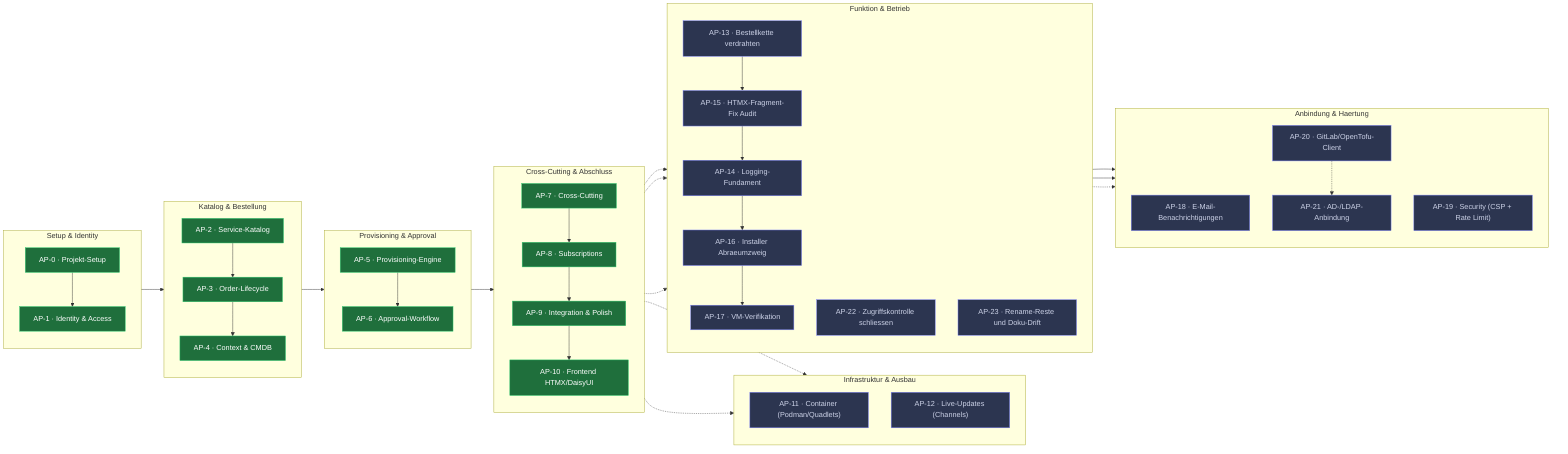
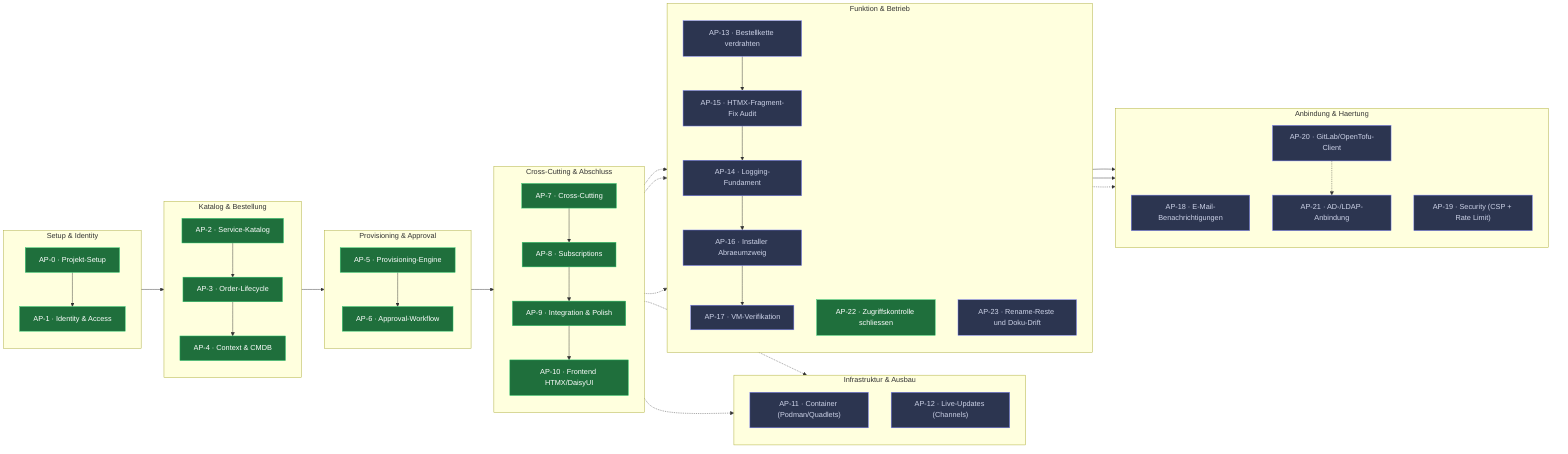
flowchart LR
    classDef done fill:#1f6f3c,stroke:#2ecc71,color:#ffffff;
    classDef wip  fill:#7a5c00,stroke:#f1c40f,color:#ffffff;
    classDef plan fill:#2c3550,stroke:#7c83ff,color:#cdd3e8;

    subgraph SETUP["Setup & Identity"]
        direction TB
        AP0["AP-0 · Projekt-Setup"]:::done
        AP1["AP-1 · Identity & Access"]:::done
    end
    subgraph CORE["Katalog & Bestellung"]
        direction TB
        AP2["AP-2 · Service-Katalog"]:::done
        AP3["AP-3 · Order-Lifecycle"]:::done
        AP4["AP-4 · Context & CMDB"]:::done
    end
    subgraph FLOW["Provisioning & Approval"]
        direction TB
        AP5["AP-5 · Provisioning-Engine"]:::done
        AP6["AP-6 · Approval-Workflow"]:::done
    end
    subgraph CROSS["Cross-Cutting & Abschluss"]
        direction TB
        AP7["AP-7 · Cross-Cutting"]:::done
        AP8["AP-8 · Subscriptions"]:::done
        AP9["AP-9 · Integration & Polish"]:::done
        AP10["AP-10 · Frontend HTMX/DaisyUI"]:::done
    end
    subgraph INFRA["Infrastruktur & Ausbau"]
        direction TB
        AP11["AP-11 · Container (Podman/Quadlets)"]:::plan
        AP12["AP-12 · Live-Updates (Channels)"]:::plan
    end
    subgraph FIX["Funktion & Betrieb"]
        direction TB
        AP13["AP-13 · Bestellkette verdrahten"]:::plan
        AP15["AP-15 · HTMX-Fragment-Fix Audit"]:::plan
        AP14["AP-14 · Logging-Fundament"]:::plan
        AP16["AP-16 · Installer Abraeumzweig"]:::plan
        AP17["AP-17 · VM-Verifikation"]:::plan
    end
    subgraph EXT["Anbindung & Haertung"]
        direction TB
        AP18["AP-18 · E-Mail-Benachrichtigungen"]:::plan
        AP19["AP-19 · Security (CSP + Rate Limit)"]:::plan
        AP20["AP-20 · GitLab/OpenTofu-Client"]:::plan
        AP21["AP-21 · AD-/LDAP-Anbindung"]:::plan
    end
    subgraph FIX["Korrekturen aus dem Code-Abgleich"]
        direction TB
-         AP22["AP-22 · Zugriffskontrolle schliessen"]:::plan
+         AP22["AP-22 · Zugriffskontrolle schliessen"]:::done
        AP23["AP-23 · Rename-Reste und Doku-Drift"]:::plan
    end

    AP0 --> AP1 --> AP2 --> AP3 --> AP4
    AP4 --> AP5 --> AP6
    AP6 --> AP7 --> AP8 --> AP9 --> AP10
    AP9 -.-> AP11
    AP10 -.-> AP12
    AP10 -.-> AP13
    AP13 --> AP15 --> AP14 --> AP16 --> AP17
    AP13 --> AP18
    AP13 --> AP20
    AP17 -.-> AP19
    AP20 -.-> AP21
    AP10 -.-> AP22
    AP10 -.-> AP23
